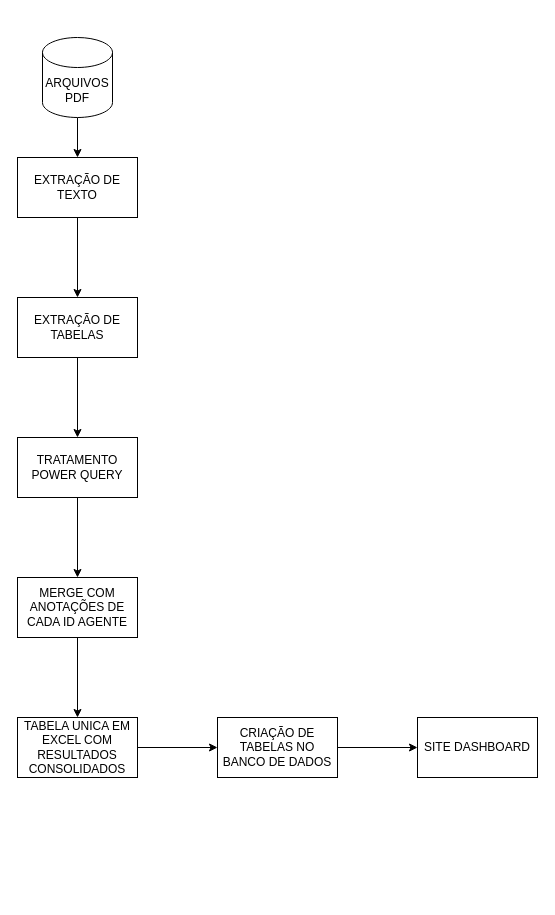
Earlier version of the draw.io diagram dashboard_must_webiste/diagrama.drawio (PedroVic12/dashboard-website-template). Source tidied: cells renumbered, new cells numbered last; positions are measured from the earlier drawing's top-left corner, leaving out a move shared by most shapes. Both pictures are drawn from the tidied source at 100%, with x=0, y=0 at pixel (17, 37).
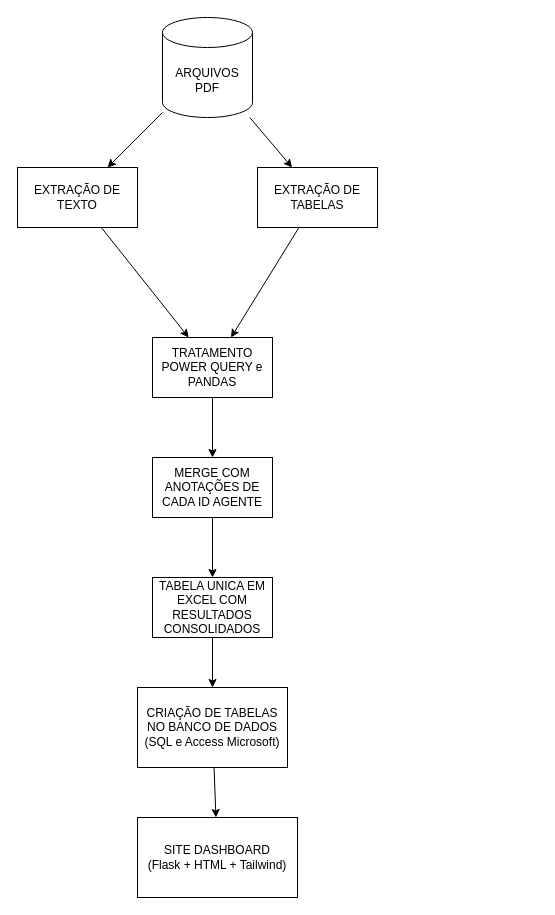
The same diagram, later.

What changed in the source:
```diff
@@
 <mxGraphModel>
   <root>
     <mxCell id="0" />
     <mxCell id="1" parent="0" />
-    <mxCell id="2" style="edgeStyle=none;html=1;" parent="1" edge="1" source="3" target="7">
-      <mxGeometry relative="1" as="geometry" />
-    </mxCell>
+    <mxCell id="17" style="edgeStyle=none;html=1;" parent="1" edge="1" source="3" target="9">
+      <mxGeometry relative="1" as="geometry" />
+    </mxCell>
     <mxCell id="3" value="EXTRAÇÃO DE TEXTO" style="rounded=0;whiteSpace=wrap;html=1;" parent="1" vertex="1">
-      <mxGeometry y="120" width="120" height="60" as="geometry" />
+      <mxGeometry y="130" width="120" height="60" as="geometry" />
     </mxCell>
     <mxCell id="4" style="edgeStyle=none;html=1;" parent="1" edge="1" source="5" target="3">
       <mxGeometry relative="1" as="geometry" />
     </mxCell>
+    <mxCell id="18" style="edgeStyle=none;html=1;" parent="1" edge="1" source="5" target="7">
+      <mxGeometry relative="1" as="geometry" />
+    </mxCell>
     <mxCell id="5" value="ARQUIVOS&lt;div&gt;PDF&lt;/div&gt;" style="shape=cylinder3;whiteSpace=wrap;html=1;boundedLbl=1;backgroundOutline=1;size=15;" parent="1" vertex="1">
-      <mxGeometry x="25" width="70" height="80" as="geometry" />
+      <mxGeometry x="145" y="-20" width="90" height="100" as="geometry" />
     </mxCell>
     <mxCell id="6" style="edgeStyle=none;html=1;" parent="1" edge="1" source="7" target="9">
       <mxGeometry relative="1" as="geometry" />
     </mxCell>
     <mxCell id="7" value="EXTRAÇÃO DE TABELAS" style="rounded=0;whiteSpace=wrap;html=1;" parent="1" vertex="1">
-      <mxGeometry y="260" width="120" height="60" as="geometry" />
+      <mxGeometry x="240" y="130" width="120" height="60" as="geometry" />
     </mxCell>
     <mxCell id="8" style="edgeStyle=none;html=1;" parent="1" edge="1" source="9" target="11">
       <mxGeometry relative="1" as="geometry" />
     </mxCell>
-    <mxCell id="9" value="TRATAMENTO POWER QUERY" style="rounded=0;whiteSpace=wrap;html=1;" parent="1" vertex="1">
-      <mxGeometry y="400" width="120" height="60" as="geometry" />
+    <mxCell id="9" value="TRATAMENTO POWER QUERY e PANDAS" style="rounded=0;whiteSpace=wrap;html=1;" parent="1" vertex="1">
+      <mxGeometry x="135" y="300" width="120" height="60" as="geometry" />
     </mxCell>
     <mxCell id="10" style="edgeStyle=none;html=1;" parent="1" edge="1" source="11" target="13">
       <mxGeometry relative="1" as="geometry" />
     </mxCell>
     <mxCell id="11" value="MERGE COM ANOTAÇÕES DE CADA ID AGENTE" style="rounded=0;whiteSpace=wrap;html=1;" parent="1" vertex="1">
-      <mxGeometry y="540" width="120" height="60" as="geometry" />
+      <mxGeometry x="135" y="420" width="120" height="60" as="geometry" />
     </mxCell>
     <mxCell id="12" style="edgeStyle=none;html=1;" parent="1" edge="1" source="13" target="15">
       <mxGeometry relative="1" as="geometry" />
     </mxCell>
     <mxCell id="13" value="TABELA UNICA EM EXCEL COM RESULTADOS CONSOLIDADOS" style="rounded=0;whiteSpace=wrap;html=1;" parent="1" vertex="1">
-      <mxGeometry y="680" width="120" height="60" as="geometry" />
+      <mxGeometry x="135" y="540" width="120" height="60" as="geometry" />
     </mxCell>
     <mxCell id="14" style="edgeStyle=none;html=1;" parent="1" edge="1" source="15" target="16">
       <mxGeometry relative="1" as="geometry" />
     </mxCell>
-    <mxCell id="15" value="CRIAÇÃO DE TABELAS NO BANCO DE DADOS" style="rounded=0;whiteSpace=wrap;html=1;" parent="1" vertex="1">
-      <mxGeometry x="200" y="680" width="120" height="60" as="geometry" />
+    <mxCell id="15" value="CRIAÇÃO DE TABELAS NO BANCO DE DADOS&lt;div&gt;(SQL e Access Microsoft)&lt;/div&gt;" style="rounded=0;whiteSpace=wrap;html=1;" parent="1" vertex="1">
+      <mxGeometry x="120" y="650" width="150" height="80" as="geometry" />
     </mxCell>
-    <mxCell id="16" value="SITE DASHBOARD" style="rounded=0;whiteSpace=wrap;html=1;" parent="1" vertex="1">
-      <mxGeometry x="400" y="680" width="120" height="60" as="geometry" />
+    <mxCell id="16" value="SITE DASHBOARD&lt;div&gt;(Flask + HTML + Tailwind)&lt;/div&gt;" style="rounded=0;whiteSpace=wrap;html=1;" parent="1" vertex="1">
+      <mxGeometry x="120" y="780" width="160" height="80" as="geometry" />
     </mxCell>
   </root>
 </mxGraphModel>
```
